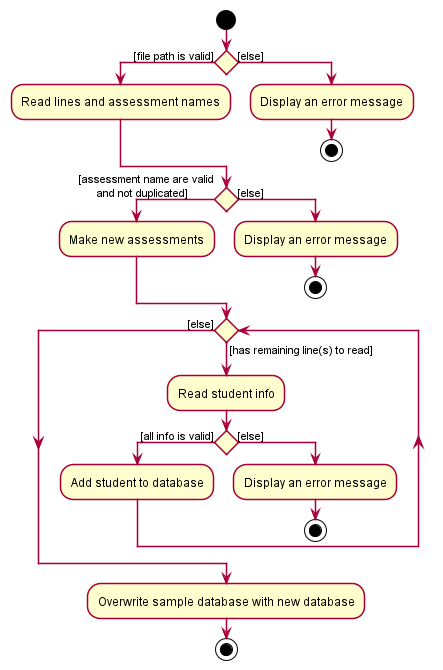
Earlier version of the PlantUML export docs/images/ImportActivityDiagram.png (nus-cs2103-AY2122S1/tp).
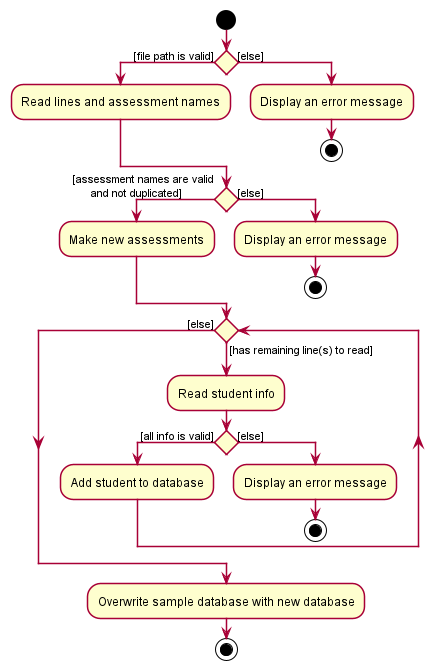
Later version of the same file.

Commit message:
Fix typo in diagram

Diff of the diagram source:
```diff
@@ -9,7 +9,7 @@
     stop
 endif
 
-if () then ([assessment name are valid\n      and not duplicated])
+if () then ([assessment names are valid\n      and not duplicated])
     :Make new assessments;
 else ([else])
     :Display an error message;
```
